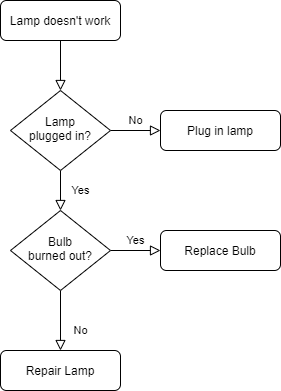
This is public/do while.png from CARINSE/nodejs-mongodb-crud, a draw.io export, as it was before one commit. Source tidied: cells renumbered, new cells last; positions are measured from the earlier drawing's top-left corner, leaving out a move shared by most shapes.
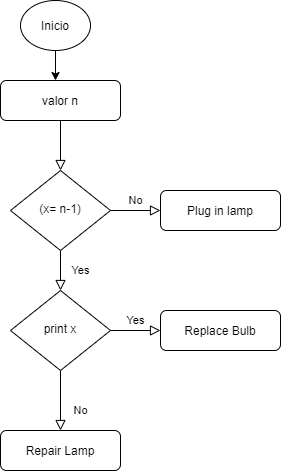
The same file after the commit.

Change to the diagram source:
```diff
@@ -5,7 +5,7 @@
     <mxCell id="2" style="rounded=0;html=1;jettySize=auto;fontSize=11;endArrow=block;endFill=0;endSize=8;strokeWidth=1;shadow=0;labelBackgroundColor=none;edgeStyle=orthogonalEdgeStyle;" parent="1" edge="1" source="3" target="6">
       <mxGeometry relative="1" as="geometry" />
     </mxCell>
-    <mxCell id="3" value="Lamp doesn't work" style="rounded=1;whiteSpace=wrap;html=1;fontSize=12;glass=0;strokeWidth=1;shadow=0;" parent="1" vertex="1">
+    <mxCell id="3" value="valor n" style="rounded=1;whiteSpace=wrap;html=1;fontSize=12;glass=0;strokeWidth=1;shadow=0;" parent="1" vertex="1">
       <mxGeometry width="120" height="40" as="geometry" />
     </mxCell>
     <mxCell id="4" value="Yes" style="rounded=0;html=1;jettySize=auto;fontSize=11;endArrow=block;endFill=0;endSize=8;strokeWidth=1;shadow=0;labelBackgroundColor=none;edgeStyle=orthogonalEdgeStyle;" parent="1" edge="1" source="6" target="10">
@@ -14,7 +14,7 @@
     <mxCell id="5" value="No" style="edgeStyle=orthogonalEdgeStyle;rounded=0;html=1;jettySize=auto;fontSize=11;endArrow=block;endFill=0;endSize=8;strokeWidth=1;shadow=0;labelBackgroundColor=none;" parent="1" edge="1" source="6" target="7">
       <mxGeometry y="10" relative="1" as="geometry" />
     </mxCell>
-    <mxCell id="6" value="Lamp&lt;br&gt;plugged in?" style="rhombus;whiteSpace=wrap;html=1;shadow=0;fontFamily=Helvetica;fontSize=12;align=center;strokeWidth=1;spacing=6;spacingTop=-4;" parent="1" vertex="1">
+    <mxCell id="6" value="(x= n-1)" style="rhombus;whiteSpace=wrap;html=1;shadow=0;fontFamily=Helvetica;fontSize=12;align=center;strokeWidth=1;spacing=6;spacingTop=-4;" parent="1" vertex="1">
       <mxGeometry x="10" y="90" width="100" height="80" as="geometry" />
     </mxCell>
     <mxCell id="7" value="Plug in lamp" style="rounded=1;whiteSpace=wrap;html=1;fontSize=12;glass=0;strokeWidth=1;shadow=0;" parent="1" vertex="1">
@@ -26,7 +26,7 @@
     <mxCell id="9" value="Yes" style="edgeStyle=orthogonalEdgeStyle;rounded=0;html=1;jettySize=auto;fontSize=11;endArrow=block;endFill=0;endSize=8;strokeWidth=1;shadow=0;labelBackgroundColor=none;" parent="1" edge="1" source="10" target="12">
       <mxGeometry y="10" relative="1" as="geometry" />
     </mxCell>
-    <mxCell id="10" value="Bulb&lt;br&gt;burned out?" style="rhombus;whiteSpace=wrap;html=1;shadow=0;fontFamily=Helvetica;fontSize=12;align=center;strokeWidth=1;spacing=6;spacingTop=-4;" parent="1" vertex="1">
+    <mxCell id="10" value="print x" style="rhombus;whiteSpace=wrap;html=1;shadow=0;fontFamily=Helvetica;fontSize=12;align=center;strokeWidth=1;spacing=6;spacingTop=-4;" parent="1" vertex="1">
       <mxGeometry x="10" y="210" width="100" height="80" as="geometry" />
     </mxCell>
     <mxCell id="11" value="Repair Lamp" style="rounded=1;whiteSpace=wrap;html=1;fontSize=12;glass=0;strokeWidth=1;shadow=0;" parent="1" vertex="1">
@@ -35,5 +35,16 @@
     <mxCell id="12" value="Replace Bulb" style="rounded=1;whiteSpace=wrap;html=1;fontSize=12;glass=0;strokeWidth=1;shadow=0;" parent="1" vertex="1">
       <mxGeometry x="160" y="230" width="120" height="40" as="geometry" />
     </mxCell>
+    <mxCell id="13" style="edgeStyle=orthogonalEdgeStyle;rounded=0;jettySize=auto;html=1;" parent="1" edge="1" source="14" target="3">
+      <mxGeometry relative="1" as="geometry">
+        <Array as="points">
+          <mxPoint x="55" />
+          <mxPoint x="55" />
+        </Array>
+      </mxGeometry>
+    </mxCell>
+    <mxCell id="14" value="Inicio" style="ellipse;whiteSpace=wrap;html=1;" parent="1" vertex="1">
+      <mxGeometry x="20" y="-80" width="70" height="50" as="geometry" />
+    </mxCell>
   </root>
 </mxGraphModel>
```
